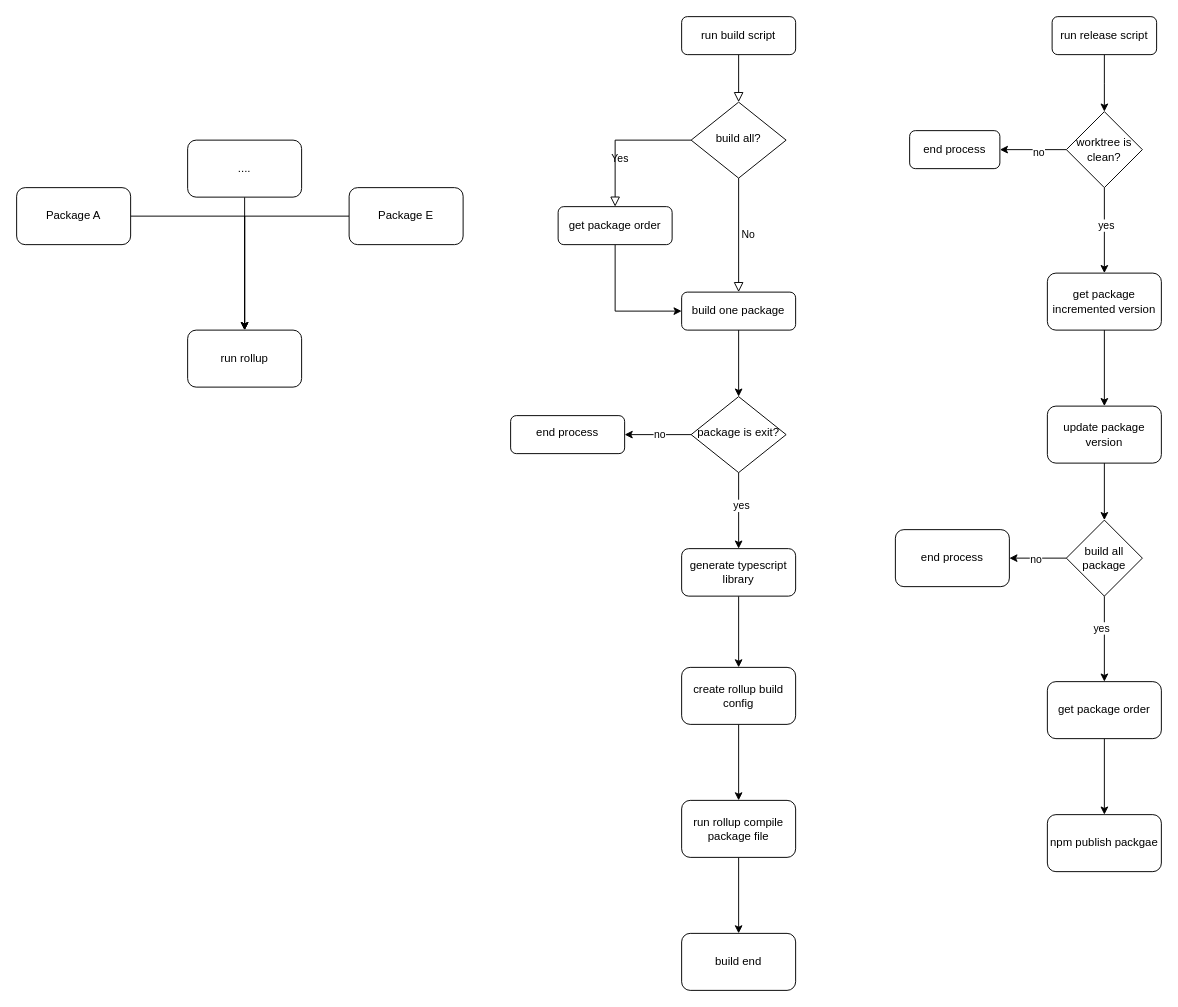
AmelloAster/flowchart keeps this draw.io diagram as Untitled Diagram.drawio. Above is the earlier version. Source tidied: cells renumbered, new cells numbered last; positions are measured from the earlier drawing's top-left corner, leaving out a move shared by most shapes. Both pictures are drawn from the tidied source at 95%, with x=0, y=0 at pixel (16, 16).
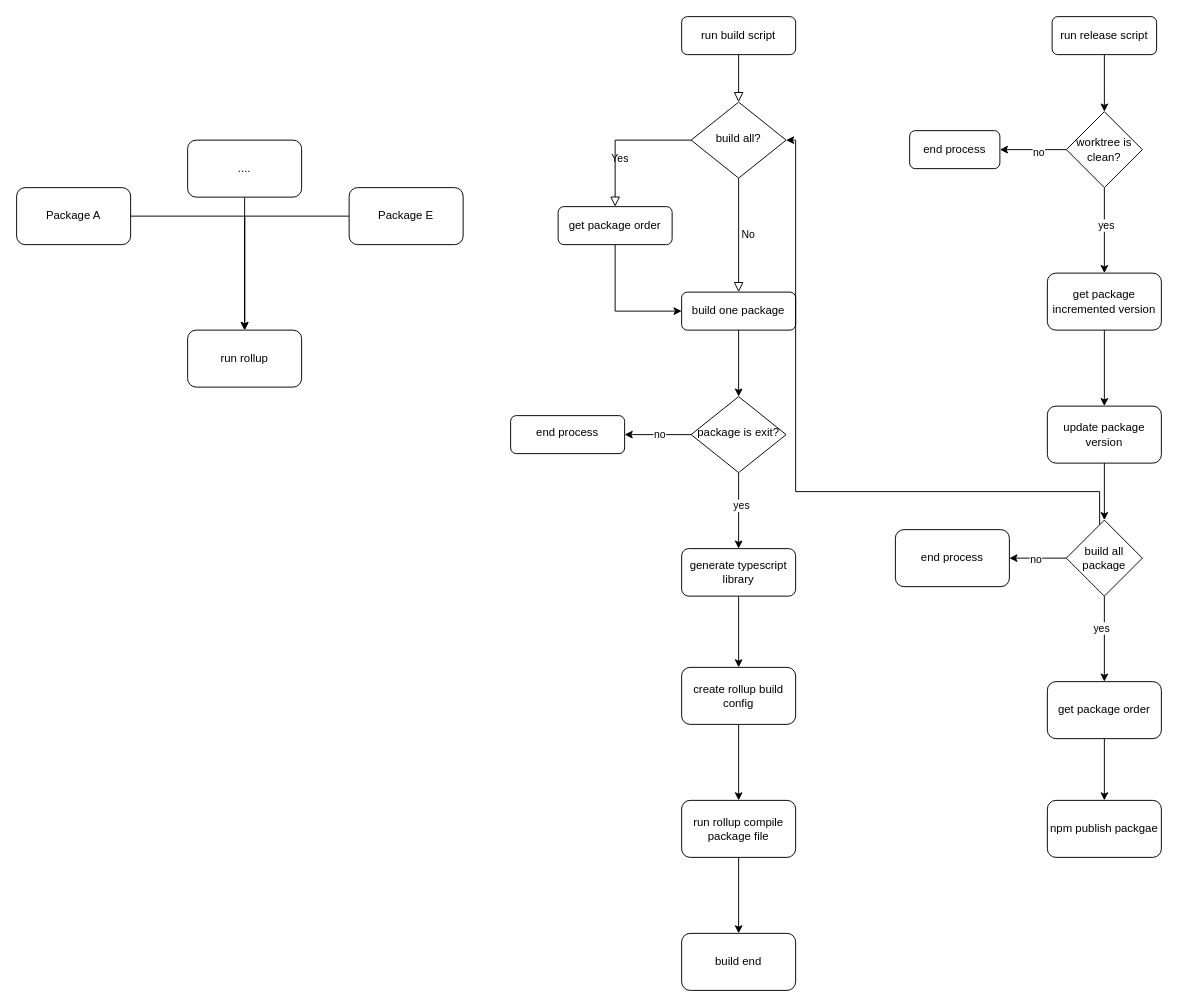
The same diagram, later.

Unchanged cells that the change refers to:
```xml
<mxCell id="6" value="build all?" style="rhombus;whiteSpace=wrap;html=1;shadow=0;fontFamily=Helvetica;fontSize=12;align=center;strokeWidth=1;spacing=6;spacingTop=-4;" parent="1" vertex="1">
  <mxGeometry x="710" y="90" width="100" height="80" as="geometry" />
</mxCell>
<mxCell id="40" value="build all package" style="rhombus;whiteSpace=wrap;html=1;" parent="1" vertex="1">
  <mxGeometry x="1105" y="530" width="80" height="80" as="geometry" />
</mxCell>
```

Change to the diagram source:
```diff
@@
+    <mxCell id="52" style="edgeStyle=orthogonalEdgeStyle;rounded=0;jettySize=auto;html=1;" parent="1" edge="1" source="40" target="6">
+      <mxGeometry relative="1" as="geometry">
+        <Array as="points">
+          <mxPoint x="1140" y="500" />
+          <mxPoint x="820" y="500" />
+          <mxPoint x="820" y="130" />
+        </Array>
+      </mxGeometry>
+    </mxCell>
@@
     <mxCell id="44" value="npm&amp;nbsp;publish packgae" style="whiteSpace=wrap;html=1;rounded=1;" parent="1" vertex="1">
-      <mxGeometry x="1085" y="840" width="120" height="60" as="geometry" />
+      <mxGeometry x="1085" y="825" width="120" height="60" as="geometry" />
     </mxCell>
```
